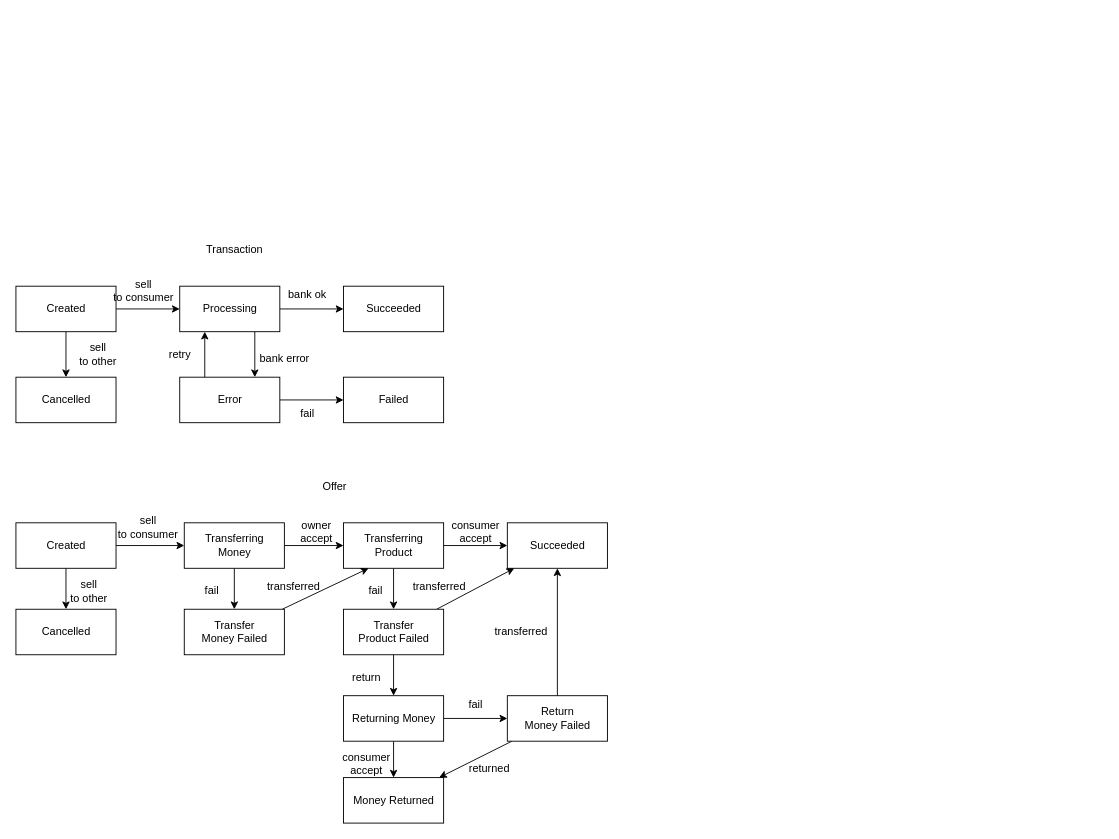
maxhha/bmstu-iu7-db-cp keeps this draw.io diagram as page "Page-2" (2 of 4) of docs/er.drawio. Above is the earlier version. Source tidied: cells renumbered, new cells numbered last; positions are measured from the earlier drawing's top-left corner, leaving out a move shared by most shapes. Both pictures are drawn from the tidied source at 91%, with x=0, y=0 at pixel (15, 240).
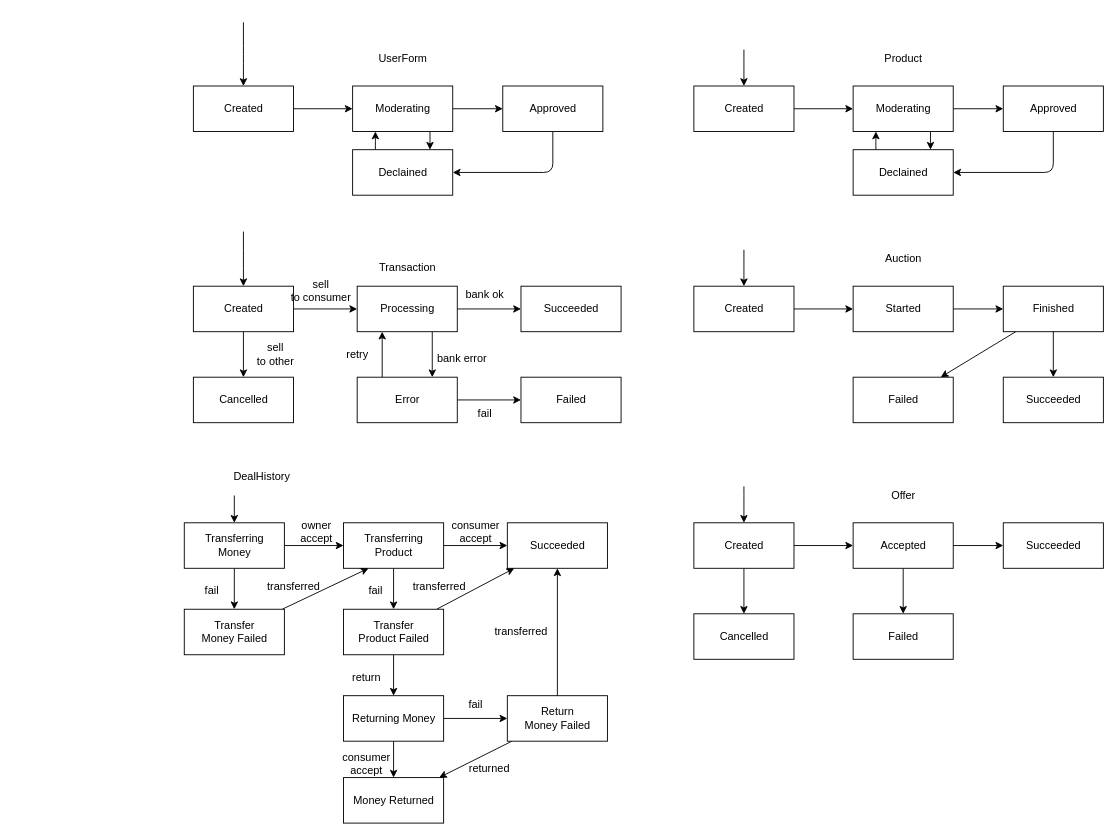
The same diagram, later.

Unchanged cells that the change refers to:
```xml
<mxCell id="27" value="Transferring&lt;br&gt;Money" style="html=1;" parent="1" vertex="1">
  <mxGeometry x="185" y="310" width="110" height="50" as="geometry" />
</mxCell>
```

What changed in the source:
```diff
@@
     <mxCell id="2" value="Transaction" style="text;html=1;align=center;verticalAlign=middle;strokeColor=none;fillColor=none;" parent="1" vertex="1">
-      <mxGeometry x="200" width="80" height="20" as="geometry" />
+      <mxGeometry x="390" y="20" width="80" height="20" as="geometry" />
     </mxCell>
-    <mxCell id="3" value="Offer&lt;br&gt;" style="text;html=1;align=center;verticalAlign=middle;strokeColor=none;fillColor=none;" parent="1" vertex="1">
-      <mxGeometry x="330" y="260" width="40" height="20" as="geometry" />
-    </mxCell>
@@
+    <mxCell id="58" style="edgeStyle=orthogonalEdgeStyle;rounded=1;jettySize=auto;html=1;startArrow=classic;startFill=1;endArrow=none;endFill=0;" parent="1" edge="1" source="6">
+      <mxGeometry relative="1" as="geometry">
+        <mxPoint x="250" y="-10" as="targetPoint" />
+      </mxGeometry>
+    </mxCell>
     <mxCell id="6" value="Created" style="html=1;" parent="1" vertex="1">
-      <mxGeometry y="50" width="110" height="50" as="geometry" />
+      <mxGeometry x="195" y="50" width="110" height="50" as="geometry" />
     </mxCell>
     <mxCell id="7" value="Cancelled" style="html=1;" parent="1" vertex="1">
-      <mxGeometry y="150" width="110" height="50" as="geometry" />
+      <mxGeometry x="195" y="150" width="110" height="50" as="geometry" />
     </mxCell>
@@
     <mxCell id="10" value="Processing" style="html=1;" parent="1" vertex="1">
-      <mxGeometry x="180" y="50" width="110" height="50" as="geometry" />
+      <mxGeometry x="375" y="50" width="110" height="50" as="geometry" />
     </mxCell>
     <mxCell id="11" value="Succeeded" style="html=1;" parent="1" vertex="1">
-      <mxGeometry x="360" y="50" width="110" height="50" as="geometry" />
+      <mxGeometry x="555" y="50" width="110" height="50" as="geometry" />
     </mxCell>
@@
     <mxCell id="14" value="Error" style="html=1;" parent="1" vertex="1">
-      <mxGeometry x="180" y="150" width="110" height="50" as="geometry" />
+      <mxGeometry x="375" y="150" width="110" height="50" as="geometry" />
     </mxCell>
     <mxCell id="15" value="Failed" style="html=1;" parent="1" vertex="1">
-      <mxGeometry x="360" y="150" width="110" height="50" as="geometry" />
+      <mxGeometry x="555" y="150" width="110" height="50" as="geometry" />
     </mxCell>
     <mxCell id="16" value="sell&lt;br&gt;to consumer" style="text;html=1;align=center;verticalAlign=middle;strokeColor=none;fillColor=none;" parent="1" vertex="1">
-      <mxGeometry x="100" y="40" width="80" height="30" as="geometry" />
+      <mxGeometry x="295" y="40" width="80" height="30" as="geometry" />
     </mxCell>
     <mxCell id="17" value="sell&lt;br&gt;to other" style="text;html=1;align=center;verticalAlign=middle;strokeColor=none;fillColor=none;" parent="1" vertex="1">
-      <mxGeometry x="60" y="110" width="60" height="30" as="geometry" />
+      <mxGeometry x="255" y="110" width="60" height="30" as="geometry" />
     </mxCell>
     <mxCell id="18" value="retry" style="text;html=1;align=center;verticalAlign=middle;strokeColor=none;fillColor=none;" parent="1" vertex="1">
-      <mxGeometry x="160" y="115" width="40" height="20" as="geometry" />
+      <mxGeometry x="355" y="115" width="40" height="20" as="geometry" />
     </mxCell>
     <mxCell id="19" value="bank error" style="text;html=1;align=center;verticalAlign=middle;strokeColor=none;fillColor=none;" parent="1" vertex="1">
-      <mxGeometry x="260" y="120" width="70" height="20" as="geometry" />
+      <mxGeometry x="455" y="120" width="70" height="20" as="geometry" />
     </mxCell>
     <mxCell id="20" value="bank ok" style="text;html=1;align=center;verticalAlign=middle;strokeColor=none;fillColor=none;" parent="1" vertex="1">
-      <mxGeometry x="290" y="50" width="60" height="20" as="geometry" />
+      <mxGeometry x="485" y="50" width="60" height="20" as="geometry" />
     </mxCell>
     <mxCell id="21" value="fail" style="text;html=1;align=center;verticalAlign=middle;strokeColor=none;fillColor=none;" parent="1" vertex="1">
-      <mxGeometry x="305" y="180" width="30" height="20" as="geometry" />
+      <mxGeometry x="500" y="180" width="30" height="20" as="geometry" />
     </mxCell>
-    <mxCell id="22" style="edgeStyle=none;rounded=0;jettySize=auto;html=1;" parent="1" edge="1" source="24" target="27">
-      <mxGeometry relative="1" as="geometry" />
-    </mxCell>
-    <mxCell id="23" style="edgeStyle=none;rounded=0;jettySize=auto;html=1;" parent="1" edge="1" source="24" target="32">
-      <mxGeometry relative="1" as="geometry" />
-    </mxCell>
-    <mxCell id="24" value="Created" style="html=1;" parent="1" vertex="1">
-      <mxGeometry y="310" width="110" height="50" as="geometry" />
-    </mxCell>
@@
-    <mxCell id="32" value="Cancelled" style="html=1;" parent="1" vertex="1">
-      <mxGeometry y="405" width="110" height="50" as="geometry" />
-    </mxCell>
-    <mxCell id="33" value="sell&lt;br&gt;to other" style="text;html=1;align=center;verticalAlign=middle;strokeColor=none;fillColor=none;" parent="1" vertex="1">
-      <mxGeometry x="50" y="370" width="60" height="30" as="geometry" />
-    </mxCell>
-    <mxCell id="34" value="sell&lt;br&gt;to consumer" style="text;html=1;align=center;verticalAlign=middle;strokeColor=none;fillColor=none;" parent="1" vertex="1">
-      <mxGeometry x="105" y="300" width="80" height="30" as="geometry" />
-    </mxCell>
@@
+    <mxCell id="59" value="UserForm" style="text;html=1;align=center;verticalAlign=middle;strokeColor=none;fillColor=none;" parent="1" vertex="1">
+      <mxGeometry x="390" y="-210" width="70" height="20" as="geometry" />
+    </mxCell>
+    <mxCell id="60" style="edgeStyle=orthogonalEdgeStyle;rounded=1;jettySize=auto;html=1;startArrow=none;startFill=0;endArrow=classic;endFill=1;" parent="1" edge="1" source="62" target="65">
+      <mxGeometry relative="1" as="geometry" />
+    </mxCell>
+    <mxCell id="61" style="edgeStyle=orthogonalEdgeStyle;rounded=1;jettySize=auto;html=1;startArrow=classic;startFill=1;endArrow=none;endFill=0;" parent="1" edge="1" source="62">
+      <mxGeometry relative="1" as="geometry">
+        <mxPoint x="250" y="-240" as="targetPoint" />
+      </mxGeometry>
+    </mxCell>
+    <mxCell id="62" value="Created" style="html=1;" parent="1" vertex="1">
+      <mxGeometry x="195" y="-170" width="110" height="50" as="geometry" />
+    </mxCell>
+    <mxCell id="63" style="edgeStyle=orthogonalEdgeStyle;rounded=1;jettySize=auto;html=1;startArrow=none;startFill=0;endArrow=classic;endFill=1;" parent="1" edge="1" source="65" target="67">
+      <mxGeometry relative="1" as="geometry" />
+    </mxCell>
+    <mxCell id="64" style="edgeStyle=orthogonalEdgeStyle;rounded=1;jettySize=auto;html=1;startArrow=none;startFill=0;endArrow=classic;endFill=1;" parent="1" edge="1" source="65" target="69">
+      <mxGeometry relative="1" as="geometry">
+        <Array as="points">
+          <mxPoint x="455" y="-110" />
+          <mxPoint x="455" y="-110" />
+        </Array>
+      </mxGeometry>
+    </mxCell>
+    <mxCell id="65" value="Moderating" style="html=1;" parent="1" vertex="1">
+      <mxGeometry x="370" y="-170" width="110" height="50" as="geometry" />
+    </mxCell>
+    <mxCell id="66" style="edgeStyle=orthogonalEdgeStyle;rounded=1;jettySize=auto;html=1;startArrow=none;startFill=0;endArrow=classic;endFill=1;" parent="1" edge="1" source="67" target="69">
+      <mxGeometry relative="1" as="geometry">
+        <Array as="points">
+          <mxPoint x="590" y="-75" />
+        </Array>
+      </mxGeometry>
+    </mxCell>
+    <mxCell id="67" value="Approved" style="html=1;" parent="1" vertex="1">
+      <mxGeometry x="535" y="-170" width="110" height="50" as="geometry" />
+    </mxCell>
+    <mxCell id="68" style="edgeStyle=orthogonalEdgeStyle;rounded=1;jettySize=auto;html=1;startArrow=none;startFill=0;endArrow=classic;endFill=1;" parent="1" edge="1" source="69" target="65">
+      <mxGeometry relative="1" as="geometry">
+        <Array as="points">
+          <mxPoint x="395" y="-110" />
+          <mxPoint x="395" y="-110" />
+        </Array>
+      </mxGeometry>
+    </mxCell>
+    <mxCell id="69" value="Declained" style="html=1;" parent="1" vertex="1">
+      <mxGeometry x="370" y="-100" width="110" height="50" as="geometry" />
+    </mxCell>
+    <mxCell id="70" value="Product" style="text;html=1;align=center;verticalAlign=middle;strokeColor=none;fillColor=none;" parent="1" vertex="1">
+      <mxGeometry x="945" y="-210" width="60" height="20" as="geometry" />
+    </mxCell>
+    <mxCell id="71" style="edgeStyle=orthogonalEdgeStyle;rounded=1;jettySize=auto;html=1;startArrow=none;startFill=0;endArrow=classic;endFill=1;" parent="1" edge="1" source="73" target="76">
+      <mxGeometry relative="1" as="geometry" />
+    </mxCell>
+    <mxCell id="72" style="edgeStyle=orthogonalEdgeStyle;rounded=1;jettySize=auto;html=1;startArrow=classic;startFill=1;endArrow=none;endFill=0;" parent="1" edge="1" source="73">
+      <mxGeometry relative="1" as="geometry">
+        <mxPoint x="800" y="-210" as="targetPoint" />
+      </mxGeometry>
+    </mxCell>
+    <mxCell id="73" value="Created" style="html=1;" parent="1" vertex="1">
+      <mxGeometry x="745" y="-170" width="110" height="50" as="geometry" />
+    </mxCell>
+    <mxCell id="74" style="edgeStyle=orthogonalEdgeStyle;rounded=1;jettySize=auto;html=1;startArrow=none;startFill=0;endArrow=classic;endFill=1;" parent="1" edge="1" source="76" target="78">
+      <mxGeometry relative="1" as="geometry" />
+    </mxCell>
+    <mxCell id="75" style="edgeStyle=orthogonalEdgeStyle;rounded=1;jettySize=auto;html=1;startArrow=none;startFill=0;endArrow=classic;endFill=1;" parent="1" edge="1" source="76" target="80">
+      <mxGeometry relative="1" as="geometry">
+        <Array as="points">
+          <mxPoint x="1005" y="-110" />
+          <mxPoint x="1005" y="-110" />
+        </Array>
+      </mxGeometry>
+    </mxCell>
+    <mxCell id="76" value="Moderating" style="html=1;" parent="1" vertex="1">
+      <mxGeometry x="920" y="-170" width="110" height="50" as="geometry" />
+    </mxCell>
+    <mxCell id="77" style="edgeStyle=orthogonalEdgeStyle;rounded=1;jettySize=auto;html=1;startArrow=none;startFill=0;endArrow=classic;endFill=1;" parent="1" edge="1" source="78" target="80">
+      <mxGeometry relative="1" as="geometry">
+        <Array as="points">
+          <mxPoint x="1140" y="-75" />
+        </Array>
+      </mxGeometry>
+    </mxCell>
+    <mxCell id="78" value="Approved" style="html=1;" parent="1" vertex="1">
+      <mxGeometry x="1085" y="-170" width="110" height="50" as="geometry" />
+    </mxCell>
+    <mxCell id="79" style="edgeStyle=orthogonalEdgeStyle;rounded=1;jettySize=auto;html=1;startArrow=none;startFill=0;endArrow=classic;endFill=1;" parent="1" edge="1" source="80" target="76">
+      <mxGeometry relative="1" as="geometry">
+        <Array as="points">
+          <mxPoint x="945" y="-110" />
+          <mxPoint x="945" y="-110" />
+        </Array>
+      </mxGeometry>
+    </mxCell>
+    <mxCell id="80" value="Declained" style="html=1;" parent="1" vertex="1">
+      <mxGeometry x="920" y="-100" width="110" height="50" as="geometry" />
+    </mxCell>
+    <mxCell id="81" value="Auction" style="text;html=1;align=center;verticalAlign=middle;strokeColor=none;fillColor=none;" parent="1" vertex="1">
+      <mxGeometry x="945" y="10" width="60" height="20" as="geometry" />
+    </mxCell>
+    <mxCell id="82" style="edgeStyle=orthogonalEdgeStyle;rounded=1;jettySize=auto;html=1;startArrow=classic;startFill=1;endArrow=none;endFill=0;" parent="1" edge="1" source="84">
+      <mxGeometry relative="1" as="geometry">
+        <mxPoint x="800" y="10" as="targetPoint" />
+      </mxGeometry>
+    </mxCell>
+    <mxCell id="83" style="edgeStyle=none;rounded=0;jettySize=auto;html=1;" parent="1" edge="1" source="84" target="86">
+      <mxGeometry relative="1" as="geometry" />
+    </mxCell>
+    <mxCell id="84" value="Created" style="html=1;" parent="1" vertex="1">
+      <mxGeometry x="745" y="50" width="110" height="50" as="geometry" />
+    </mxCell>
+    <mxCell id="85" style="edgeStyle=orthogonalEdgeStyle;rounded=1;jettySize=auto;html=1;startArrow=none;startFill=0;endArrow=classic;endFill=1;" parent="1" edge="1" source="86" target="87">
+      <mxGeometry relative="1" as="geometry" />
+    </mxCell>
+    <mxCell id="86" value="Started" style="html=1;" parent="1" vertex="1">
+      <mxGeometry x="920" y="50" width="110" height="50" as="geometry" />
+    </mxCell>
+    <mxCell id="87" value="Finished" style="html=1;" parent="1" vertex="1">
+      <mxGeometry x="1085" y="50" width="110" height="50" as="geometry" />
+    </mxCell>
+    <mxCell id="88" style="edgeStyle=orthogonalEdgeStyle;rounded=1;jettySize=auto;html=1;exitX=0.5;exitY=0;exitDx=0;exitDy=0;startArrow=classic;startFill=1;endArrow=none;endFill=0;" parent="1" edge="1" source="89" target="87">
+      <mxGeometry relative="1" as="geometry" />
+    </mxCell>
+    <mxCell id="89" value="Succeeded" style="html=1;" parent="1" vertex="1">
+      <mxGeometry x="1085" y="150" width="110" height="50" as="geometry" />
+    </mxCell>
+    <mxCell id="90" style="rounded=1;jettySize=auto;html=1;startArrow=classic;startFill=1;endArrow=none;endFill=0;" parent="1" edge="1" source="91" target="87">
+      <mxGeometry relative="1" as="geometry" />
+    </mxCell>
+    <mxCell id="91" value="Failed" style="html=1;" parent="1" vertex="1">
+      <mxGeometry x="920" y="150" width="110" height="50" as="geometry" />
+    </mxCell>
+    <mxCell id="92" style="edgeStyle=none;rounded=1;jettySize=auto;html=1;endArrow=classic;endFill=1;" parent="1" edge="1" source="97" target="32">
+      <mxGeometry relative="1" as="geometry" />
+    </mxCell>
+    <mxCell id="93" style="edgeStyle=none;rounded=1;jettySize=auto;html=1;exitX=0.5;exitY=0;exitDx=0;exitDy=0;endArrow=none;endFill=0;startArrow=classic;startFill=1;" parent="1" edge="1" source="27">
+      <mxGeometry relative="1" as="geometry">
+        <mxPoint x="240" y="280" as="targetPoint" />
+      </mxGeometry>
+    </mxCell>
+    <mxCell id="32" value="Cancelled" style="html=1;" parent="1" vertex="1">
+      <mxGeometry x="745" y="410" width="110" height="50" as="geometry" />
+    </mxCell>
+    <mxCell id="94" value="DealHistory" style="text;html=1;align=center;verticalAlign=middle;strokeColor=none;fillColor=none;" parent="1" vertex="1">
+      <mxGeometry x="230" y="250" width="80" height="20" as="geometry" />
+    </mxCell>
+    <mxCell id="3" value="Offer" style="text;html=1;align=center;verticalAlign=middle;strokeColor=none;fillColor=none;" parent="1" vertex="1">
+      <mxGeometry x="955" y="270" width="40" height="20" as="geometry" />
+    </mxCell>
+    <mxCell id="95" style="edgeStyle=orthogonalEdgeStyle;rounded=1;jettySize=auto;html=1;startArrow=classic;startFill=1;endArrow=none;endFill=0;" parent="1" edge="1" source="97">
+      <mxGeometry relative="1" as="geometry">
+        <mxPoint x="800" y="270" as="targetPoint" />
+      </mxGeometry>
+    </mxCell>
+    <mxCell id="96" style="edgeStyle=none;rounded=0;jettySize=auto;html=1;" parent="1" edge="1" source="97" target="100">
+      <mxGeometry relative="1" as="geometry" />
+    </mxCell>
+    <mxCell id="97" value="Created" style="html=1;" parent="1" vertex="1">
+      <mxGeometry x="745" y="310" width="110" height="50" as="geometry" />
+    </mxCell>
+    <mxCell id="98" style="edgeStyle=none;rounded=1;jettySize=auto;html=1;startArrow=none;startFill=0;endArrow=classic;endFill=1;" parent="1" edge="1" source="100" target="102">
+      <mxGeometry relative="1" as="geometry" />
+    </mxCell>
+    <mxCell id="99" style="edgeStyle=none;rounded=1;jettySize=auto;html=1;startArrow=none;startFill=0;endArrow=classic;endFill=1;" parent="1" edge="1" source="100" target="101">
+      <mxGeometry relative="1" as="geometry" />
+    </mxCell>
+    <mxCell id="100" value="Accepted" style="html=1;" parent="1" vertex="1">
+      <mxGeometry x="920" y="310" width="110" height="50" as="geometry" />
+    </mxCell>
+    <mxCell id="101" value="Succeeded" style="html=1;" parent="1" vertex="1">
+      <mxGeometry x="1085" y="310" width="110" height="50" as="geometry" />
+    </mxCell>
+    <mxCell id="102" value="Failed" style="html=1;" parent="1" vertex="1">
+      <mxGeometry x="920" y="410" width="110" height="50" as="geometry" />
+    </mxCell>
```
